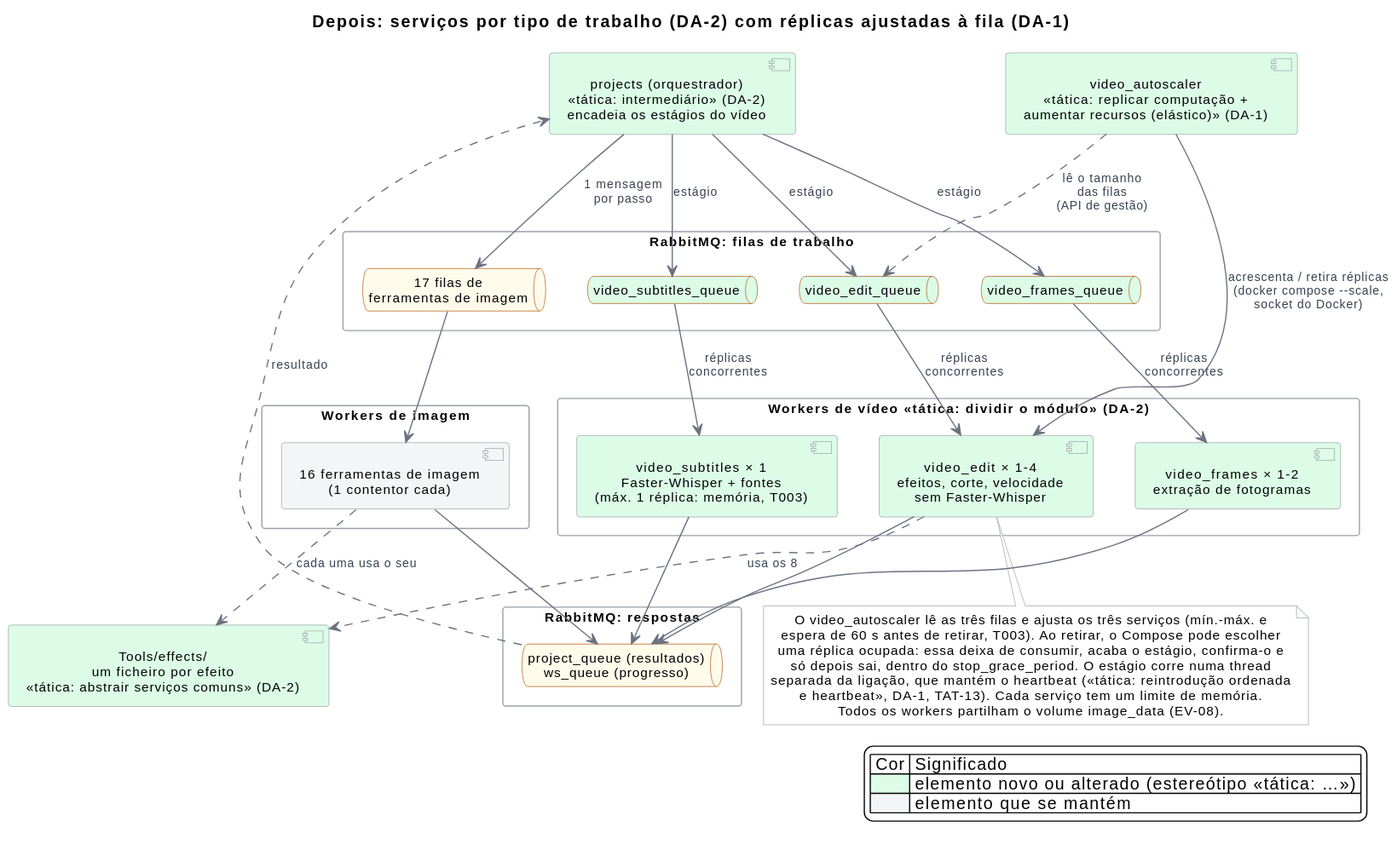
Earlier version of the PlantUML export docs/fase2/relatorio/images/vista_depois.svg (l1mitX/picturas-27).
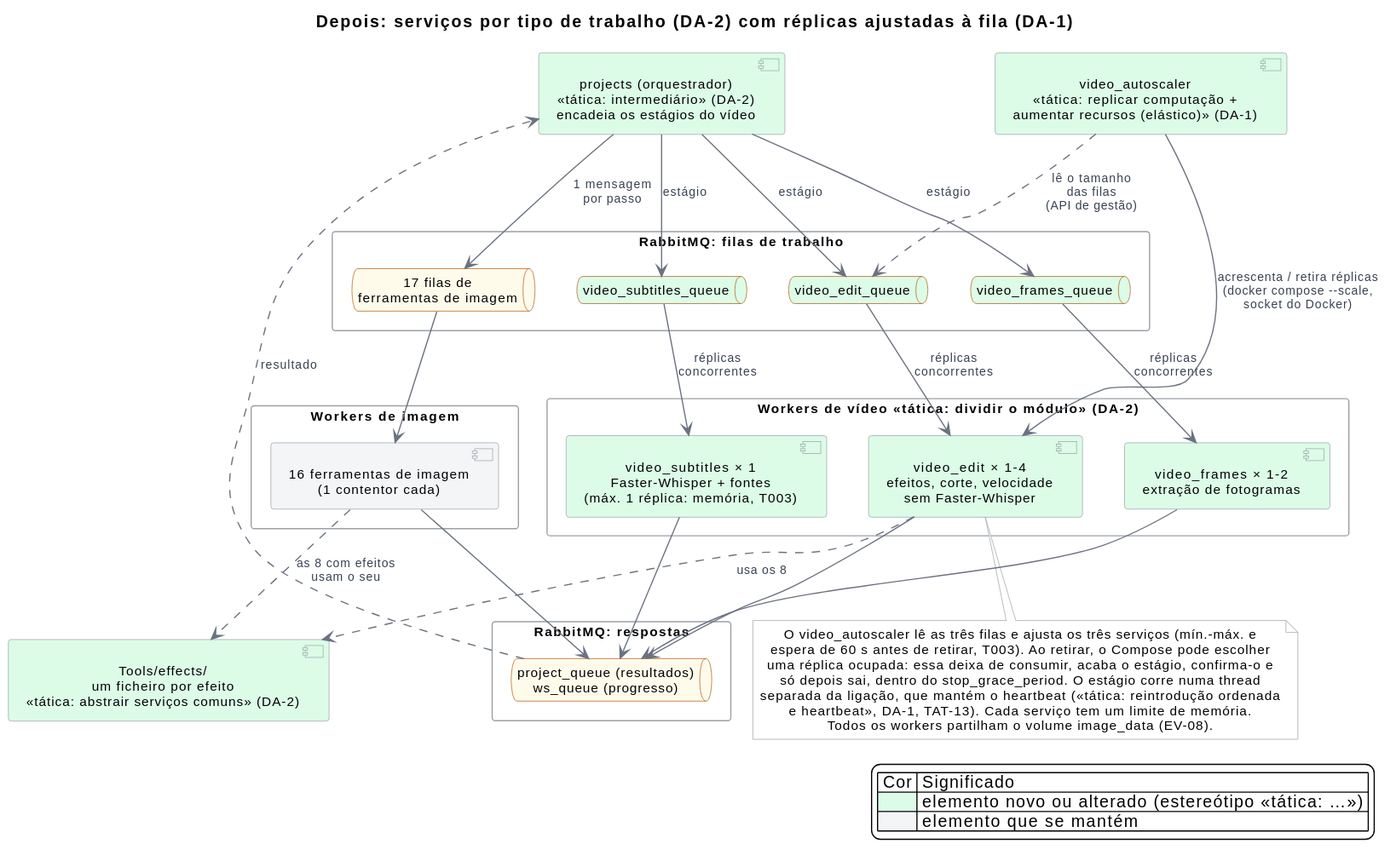
After the commit.

The edit, as a diff of the source:
```diff
@@ -45,7 +45,7 @@
 it --> rq
 rq ..> projects : "resultado"
 ve ..> fx : "usa os 8"
-it ..> fx : "cada uma usa o seu"
+it ..> fx : "as 8 com efeitos\nusam o seu"
 asc ..> eq : "lê o tamanho\ndas filas\n(API de gestão)"
 asc --> ve : "acrescenta / retira réplicas\n(docker compose --scale,\nsocket do Docker)"
 
```
